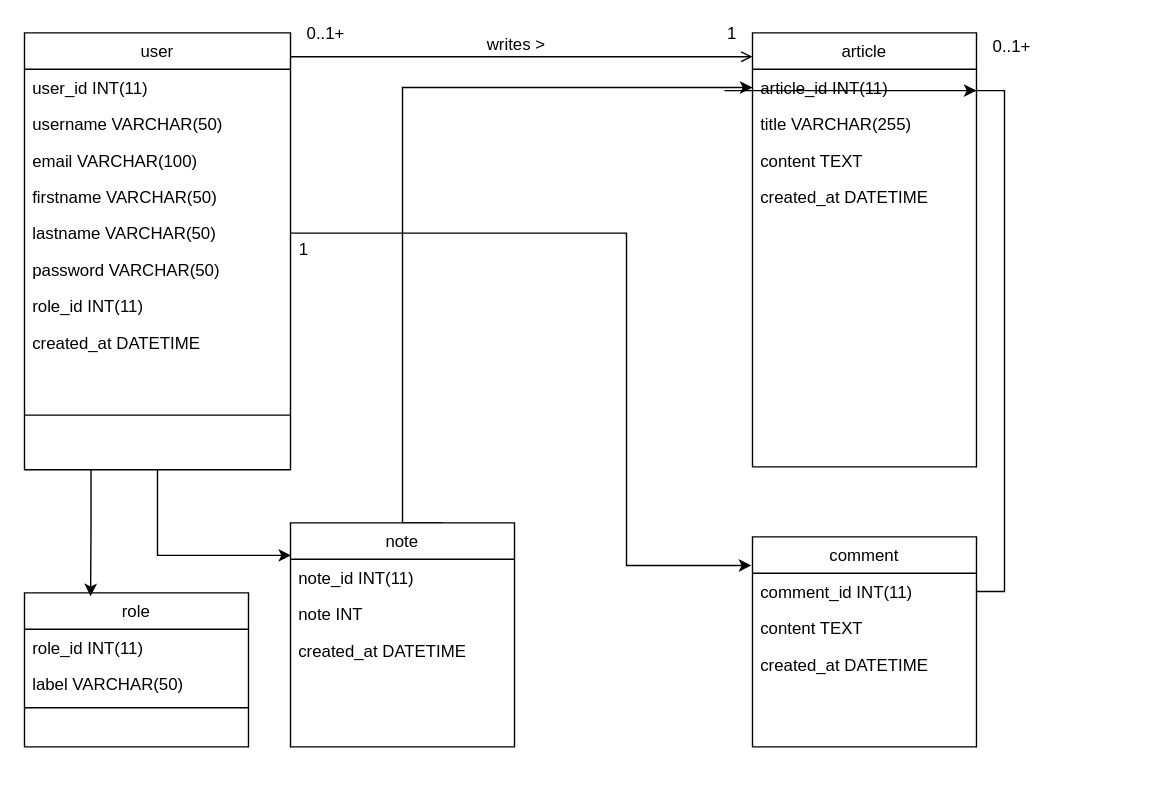
Above: documents/classDiagram.drawio in batdams/blogDuDev (draw.io), before the change. Source tidied: cells renumbered, new cells numbered last; positions are measured from the earlier drawing's top-left corner, leaving out a move shared by most shapes. Both pictures are drawn from the tidied source at 140%, with x=0, y=0 at pixel (24, 32).
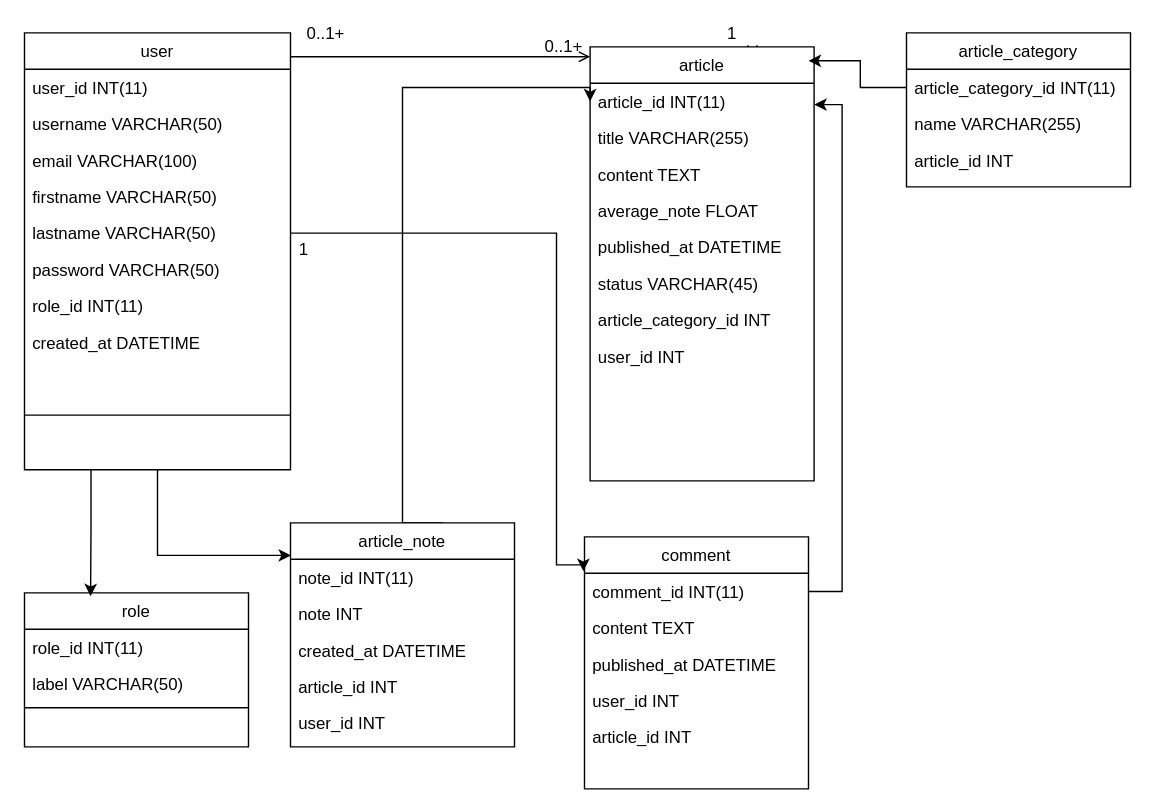
Above is the later version.

Unchanged cells that the change refers to:
```xml
<mxCell id="7" value="lastname VARCHAR(50)" style="text;align=left;verticalAlign=top;spacingLeft=4;spacingRight=4;overflow=hidden;points=[[0,0.5],[1,0.5]];portConstraint=eastwest;rounded=0;shadow=0;html=0;" parent="2" vertex="1">
  <mxGeometry y="130" width="190" height="26" as="geometry" />
</mxCell>
```

What changed in the source:
```diff
@@
-    <mxCell id="12" value="article" style="swimlane;fontStyle=0;align=center;verticalAlign=top;horizontal=1;startSize=26;rounded=0;shadow=0;strokeWidth=1;" parent="1" vertex="1">
-      <mxGeometry x="520" width="160" height="310" as="geometry" />
-    </mxCell>
-    <mxCell id="13" value="article_id INT(11)" style="text;align=left;verticalAlign=top;spacingLeft=4;spacingRight=4;overflow=hidden;points=[[0,0.5],[1,0.5]];portConstraint=eastwest;" parent="12" vertex="1">
-      <mxGeometry y="26" width="160" height="26" as="geometry" />
-    </mxCell>
-    <mxCell id="14" value="title VARCHAR(255)" style="text;align=left;verticalAlign=top;spacingLeft=4;spacingRight=4;overflow=hidden;rounded=0;shadow=0;html=0;" parent="12" vertex="1">
-      <mxGeometry y="52" width="160" height="26" as="geometry" />
-    </mxCell>
-    <mxCell id="15" value="content TEXT" style="text;align=left;verticalAlign=top;spacingLeft=4;spacingRight=4;overflow=hidden;rounded=0;shadow=0;html=0;" parent="12" vertex="1">
-      <mxGeometry y="78" width="160" height="26" as="geometry" />
-    </mxCell>
-    <mxCell id="16" value="created_at DATETIME" style="text;align=left;verticalAlign=top;spacingLeft=4;spacingRight=4;overflow=hidden;rounded=0;shadow=0;html=0;" parent="12" vertex="1">
-      <mxGeometry y="104" width="160" height="26" as="geometry" />
-    </mxCell>
-    <mxCell id="17" style="endArrow=open;shadow=0;strokeWidth=1;rounded=0;curved=0;endFill=1;edgeStyle=elbowEdgeStyle;elbow=vertical;" parent="1" edge="1">
+    <mxCell id="17" style="endArrow=open;shadow=0;strokeWidth=1;rounded=0;curved=0;endFill=1;edgeStyle=elbowEdgeStyle;elbow=vertical;" parent="1" edge="1" source="12">
       <mxGeometry x="0.5" y="41" relative="1" as="geometry">
-        <mxPoint x="190" y="17" as="sourcePoint" />
         <mxPoint x="520" y="17" as="targetPoint" />
         <mxPoint x="-40" y="32" as="offset" />
       </mxGeometry>
     </mxCell>
-    <mxCell id="18" value="0..1+" style="align=left;verticalAlign=bottom;labelBackgroundColor=none;fontSize=12;" parent="17" vertex="1">
-      <mxGeometry x="-1" relative="1" as="geometry">
-        <mxPoint x="10" y="-8" as="offset" />
-      </mxGeometry>
-    </mxCell>
@@
-    <mxCell id="20" value="writes &amp;gt;" style="text;html=1;align=center;verticalAlign=middle;labelBackgroundColor=none;rounded=0;shadow=0;strokeWidth=1;fontSize=12;" parent="17" vertex="1">
-      <mxGeometry x="0.5" y="49" relative="1" as="geometry">
-        <mxPoint x="-88" y="40" as="offset" />
-      </mxGeometry>
-    </mxCell>
     <mxCell id="21" value="comment" style="swimlane;fontStyle=0;align=center;verticalAlign=top;horizontal=1;startSize=26;rounded=0;shadow=0;strokeWidth=1;" parent="1" vertex="1">
-      <mxGeometry x="520" y="360" width="160" height="150" as="geometry" />
+      <mxGeometry x="400" y="360" width="160" height="180" as="geometry" />
     </mxCell>
@@
-    <mxCell id="24" value="created_at DATETIME" style="text;align=left;verticalAlign=top;spacingLeft=4;spacingRight=4;overflow=hidden;rounded=0;shadow=0;html=0;" parent="21" vertex="1">
+    <mxCell id="24" value="published_at DATETIME" style="text;align=left;verticalAlign=top;spacingLeft=4;spacingRight=4;overflow=hidden;rounded=0;shadow=0;html=0;" parent="21" vertex="1">
       <mxGeometry y="78" width="160" height="26" as="geometry" />
     </mxCell>
+    <mxCell id="40" value="user_id INT" style="text;align=left;verticalAlign=top;spacingLeft=4;spacingRight=4;overflow=hidden;rounded=0;shadow=0;html=0;" parent="21" vertex="1">
+      <mxGeometry y="104" width="160" height="26" as="geometry" />
+    </mxCell>
+    <mxCell id="41" value="article_id INT" style="text;align=left;verticalAlign=top;spacingLeft=4;spacingRight=4;overflow=hidden;rounded=0;shadow=0;html=0;" parent="21" vertex="1">
+      <mxGeometry y="130" width="160" height="26" as="geometry" />
+    </mxCell>
     <mxCell id="25" style="edgeStyle=orthogonalEdgeStyle;rounded=0;jettySize=auto;html=1;exitX=1;exitY=0.5;exitDx=0;exitDy=0;entryX=-0.005;entryY=0.136;entryDx=0;entryDy=0;entryPerimeter=0;" parent="1" edge="1" source="7" target="21">
       <mxGeometry relative="1" as="geometry">
         <Array as="points">
-          <mxPoint x="430" y="143" />
-          <mxPoint x="430" y="380" />
+          <mxPoint x="380" y="143" />
+          <mxPoint x="380" y="380" />
         </Array>
       </mxGeometry>
     </mxCell>
@@
     <mxCell id="27" value="0..1+" style="align=left;verticalAlign=bottom;labelBackgroundColor=none;fontSize=12;" parent="1" vertex="1">
-      <mxGeometry x="690" y="18" as="geometry" />
+      <mxGeometry x="370" y="18" as="geometry" />
     </mxCell>
@@
-    <mxCell id="30" value="note" style="swimlane;fontStyle=0;align=center;verticalAlign=top;horizontal=1;startSize=26;rounded=0;shadow=0;strokeWidth=1;" parent="1" vertex="1">
+    <mxCell id="30" value="article_note" style="swimlane;fontStyle=0;align=center;verticalAlign=top;horizontal=1;startSize=26;rounded=0;shadow=0;strokeWidth=1;" parent="1" vertex="1">
       <mxGeometry x="190" y="350" width="160" height="160" as="geometry" />
     </mxCell>
@@
+    <mxCell id="42" value="article_id INT" style="text;align=left;verticalAlign=top;spacingLeft=4;spacingRight=4;overflow=hidden;rounded=0;shadow=0;html=0;" parent="30" vertex="1">
+      <mxGeometry y="104" width="160" height="26" as="geometry" />
+    </mxCell>
+    <mxCell id="43" value="user_id INT" style="text;align=left;verticalAlign=top;spacingLeft=4;spacingRight=4;overflow=hidden;rounded=0;shadow=0;html=0;" parent="30" vertex="1">
+      <mxGeometry y="130" width="160" height="26" as="geometry" />
+    </mxCell>
@@
+    <mxCell id="44" style="endArrow=open;shadow=0;strokeWidth=1;rounded=0;curved=0;endFill=1;edgeStyle=elbowEdgeStyle;elbow=vertical;" parent="1" edge="1" target="12">
+      <mxGeometry x="0.5" y="41" relative="1" as="geometry">
+        <mxPoint x="190" y="17" as="sourcePoint" />
+        <mxPoint x="-40" y="32" as="offset" />
+      </mxGeometry>
+    </mxCell>
+    <mxCell id="18" value="0..1+" style="align=left;verticalAlign=bottom;labelBackgroundColor=none;fontSize=12;" parent="44" vertex="1">
+      <mxGeometry x="-1" relative="1" as="geometry">
+        <mxPoint x="10" y="-8" as="offset" />
+      </mxGeometry>
+    </mxCell>
+    <mxCell id="12" value="article" style="swimlane;fontStyle=0;align=center;verticalAlign=top;horizontal=1;startSize=26;rounded=0;shadow=0;strokeWidth=1;" parent="1" vertex="1">
+      <mxGeometry x="404" y="10" width="160" height="310" as="geometry" />
+    </mxCell>
+    <mxCell id="13" value="article_id INT(11)" style="text;align=left;verticalAlign=top;spacingLeft=4;spacingRight=4;overflow=hidden;points=[[0,0.5],[1,0.5]];portConstraint=eastwest;" parent="12" vertex="1">
+      <mxGeometry y="26" width="160" height="26" as="geometry" />
+    </mxCell>
+    <mxCell id="14" value="title VARCHAR(255)" style="text;align=left;verticalAlign=top;spacingLeft=4;spacingRight=4;overflow=hidden;rounded=0;shadow=0;html=0;" parent="12" vertex="1">
+      <mxGeometry y="52" width="160" height="26" as="geometry" />
+    </mxCell>
+    <mxCell id="15" value="content TEXT" style="text;align=left;verticalAlign=top;spacingLeft=4;spacingRight=4;overflow=hidden;rounded=0;shadow=0;html=0;" parent="12" vertex="1">
+      <mxGeometry y="78" width="160" height="26" as="geometry" />
+    </mxCell>
+    <mxCell id="45" value="average_note FLOAT" style="text;align=left;verticalAlign=top;spacingLeft=4;spacingRight=4;overflow=hidden;rounded=0;shadow=0;html=0;" parent="12" vertex="1">
+      <mxGeometry y="104" width="160" height="26" as="geometry" />
+    </mxCell>
+    <mxCell id="16" value="published_at DATETIME" style="text;align=left;verticalAlign=top;spacingLeft=4;spacingRight=4;overflow=hidden;rounded=0;shadow=0;html=0;" parent="12" vertex="1">
+      <mxGeometry y="130" width="160" height="26" as="geometry" />
+    </mxCell>
+    <mxCell id="46" value="status VARCHAR(45)" style="text;align=left;verticalAlign=top;spacingLeft=4;spacingRight=4;overflow=hidden;rounded=0;shadow=0;html=0;" parent="12" vertex="1">
+      <mxGeometry y="156" width="160" height="26" as="geometry" />
+    </mxCell>
+    <mxCell id="47" value="article_category_id INT" style="text;align=left;verticalAlign=top;spacingLeft=4;spacingRight=4;overflow=hidden;rounded=0;shadow=0;html=0;" parent="12" vertex="1">
+      <mxGeometry y="182" width="160" height="26" as="geometry" />
+    </mxCell>
+    <mxCell id="48" value="user_id INT" style="text;align=left;verticalAlign=top;spacingLeft=4;spacingRight=4;overflow=hidden;rounded=0;shadow=0;html=0;" parent="12" vertex="1">
+      <mxGeometry y="208" width="160" height="26" as="geometry" />
+    </mxCell>
+    <mxCell id="49" value="article_category" style="swimlane;fontStyle=0;align=center;verticalAlign=top;horizontal=1;startSize=26;rounded=0;shadow=0;strokeWidth=1;" parent="1" vertex="1">
+      <mxGeometry x="630" width="160" height="110" as="geometry" />
+    </mxCell>
+    <mxCell id="50" value="article_category_id INT(11)" style="text;align=left;verticalAlign=top;spacingLeft=4;spacingRight=4;overflow=hidden;points=[[0,0.5],[1,0.5]];portConstraint=eastwest;" parent="49" vertex="1">
+      <mxGeometry y="26" width="160" height="26" as="geometry" />
+    </mxCell>
+    <mxCell id="51" value="name VARCHAR(255)" style="text;align=left;verticalAlign=top;spacingLeft=4;spacingRight=4;overflow=hidden;rounded=0;shadow=0;html=0;" parent="49" vertex="1">
+      <mxGeometry y="52" width="160" height="26" as="geometry" />
+    </mxCell>
+    <mxCell id="52" value="article_id INT" style="text;align=left;verticalAlign=top;spacingLeft=4;spacingRight=4;overflow=hidden;rounded=0;shadow=0;html=0;" parent="49" vertex="1">
+      <mxGeometry y="78" width="160" height="26" as="geometry" />
+    </mxCell>
+    <mxCell id="53" style="edgeStyle=orthogonalEdgeStyle;rounded=0;jettySize=auto;html=1;exitX=0;exitY=0.5;exitDx=0;exitDy=0;entryX=0.975;entryY=0.032;entryDx=0;entryDy=0;entryPerimeter=0;" parent="1" edge="1" source="50" target="12">
+      <mxGeometry relative="1" as="geometry" />
+    </mxCell>
```
